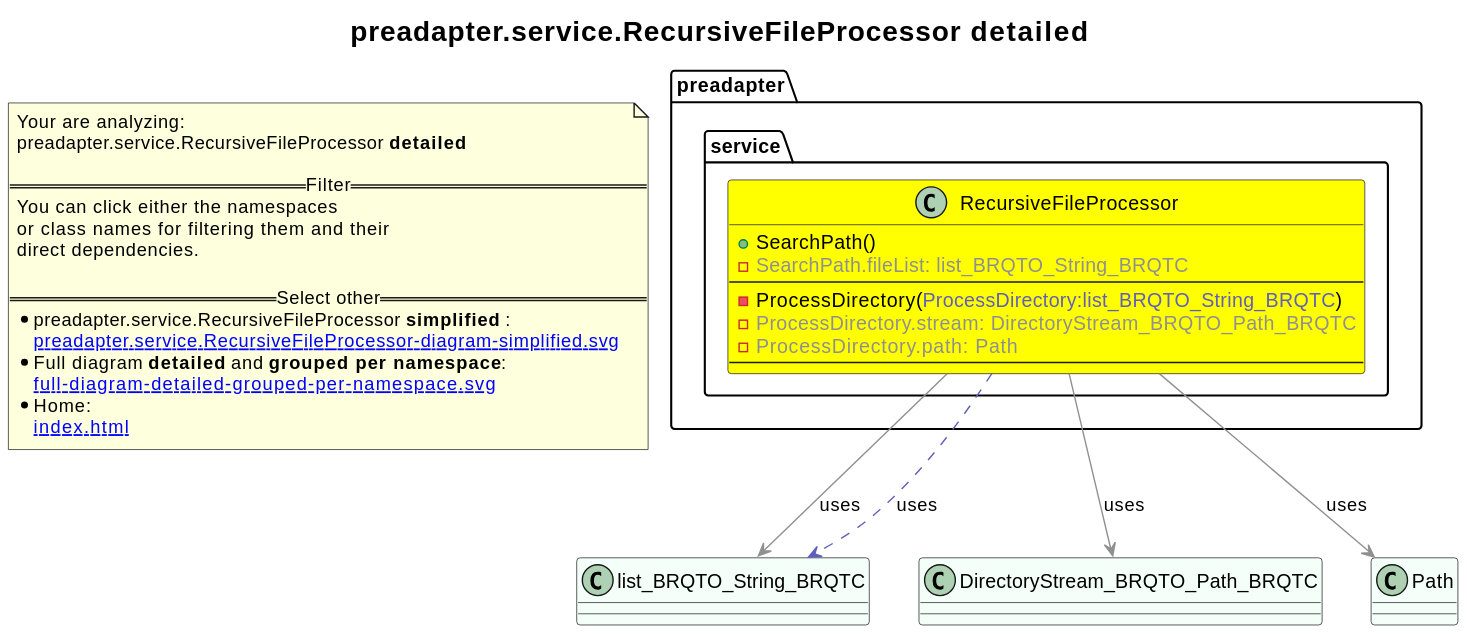
This is revenger-java-adapter.out/preadapter.service.RecursiveFileProcessor-diagram-detailed.svg from 2BlackCoffees/revenger, a PlantUML export, as it was before one commit.
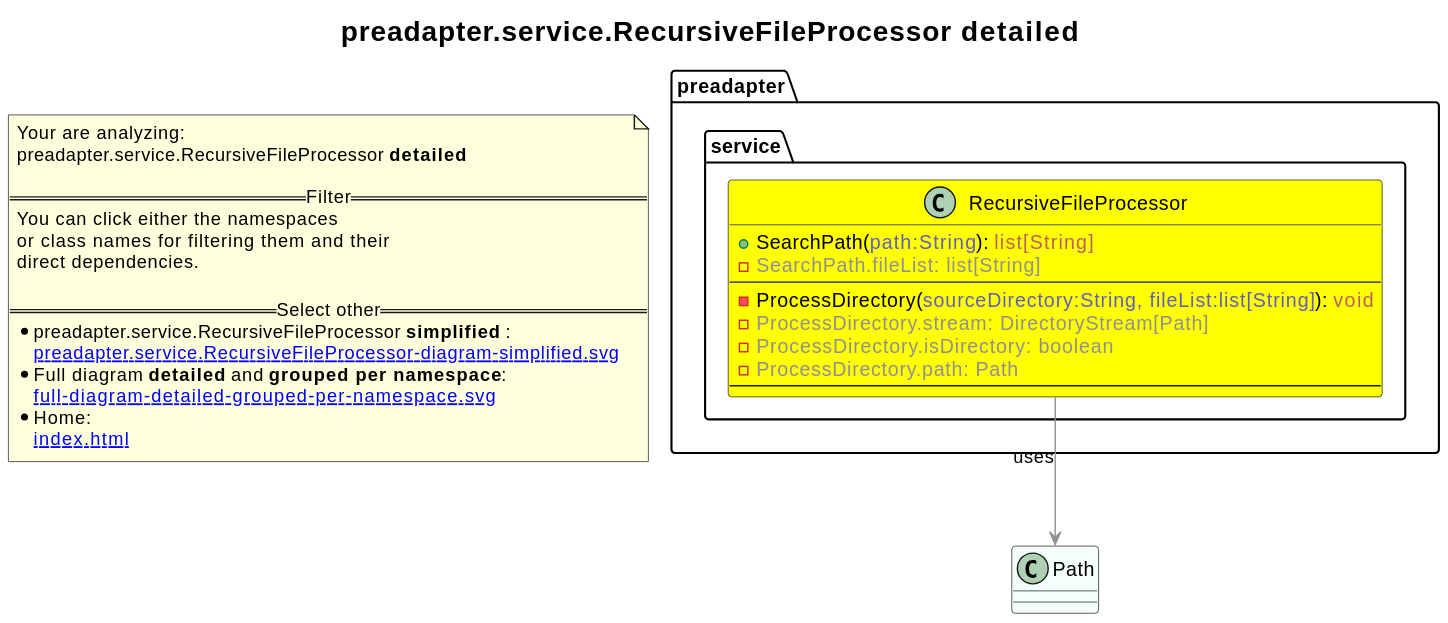
The same diagram one commit later.

The edit, as a diff of the source:
```diff
@@ -1,23 +1,18 @@
 @startuml
+skinparam linetype ortho
 title <size:20>preadapter.service.RecursiveFileProcessor **detailed** </size>
 note "Your are analyzing:\npreadapter.service.RecursiveFileProcessor **detailed** \n\n==Filter==\nYou can click either the namespaces \nor class names for filtering them and their\ndirect dependencies.\n\n==Select other==\n* preadapter.service.RecursiveFileProcessor **simplified** :\n   [[preadapter.service.RecursiveFileProcessor-diagram-simplified.svg]]\n* Full diagram **detailed** and **grouped per namespace**:\n   [[full-diagram-detailed-grouped-per-namespace.svg]]\n* Home:\n   [[index.html]]" as FloatingNote
-class list_BRQTO_String_BRQTC [[list_BRQTO_String_BRQTC-diagram-detailed.svg]] #MintCream {
-}
-class DirectoryStream_BRQTO_Path_BRQTC [[DirectoryStream_BRQTO_Path_BRQTC-diagram-detailed.svg]] #MintCream {
-}
 class Path [[Path-diagram-detailed.svg]] #MintCream {
 }
   class preadapter.service.RecursiveFileProcessor [[preadapter.service.RecursiveFileProcessor-diagram-detailed.svg]] #yellow {
-    + SearchPath(<font color="6060BB"></font>)
-    - <font color="909090">SearchPath.fileList: list_BRQTO_String_BRQTC</font>
+    + SearchPath(<font color="6060BB">path:String</font>): <font color="BB6060">list[String]</font>
+    - <font color="909090">SearchPath.fileList: list[String]</font>
 --
-    - ProcessDirectory(<font color="6060BB">ProcessDirectory:list_BRQTO_String_BRQTC</font>)
-    - <font color="909090">ProcessDirectory.stream: DirectoryStream_BRQTO_Path_BRQTC</font>
+    - ProcessDirectory(<font color="6060BB">sourceDirectory:String, fileList:list[String]</font>): <font color="BB6060">void</font>
+    - <font color="909090">ProcessDirectory.stream: DirectoryStream[Path]</font>
+    - <font color="909090">ProcessDirectory.isDirectory: boolean</font>
     - <font color="909090">ProcessDirectory.path: Path</font>
 --
   }
-preadapter.service.RecursiveFileProcessor -[#909090]-> list_BRQTO_String_BRQTC  : uses
-preadapter.service.RecursiveFileProcessor .[#6060BB].> list_BRQTO_String_BRQTC  : uses
-preadapter.service.RecursiveFileProcessor -[#909090]-> DirectoryStream_BRQTO_Path_BRQTC  : uses
 preadapter.service.RecursiveFileProcessor -[#909090]-> Path  : uses
 @enduml
```
